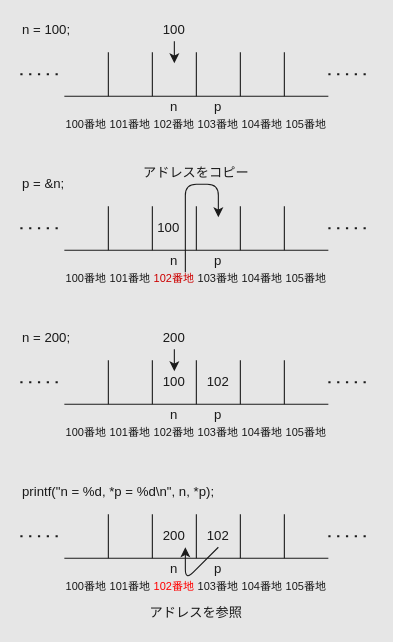
This is page "ref" (2 of 4) of src/pointer/index.drawio from tuatmcc/ClangWorkShop, a draw.io file, before an edit. Source tidied: cells renumbered, new cells numbered last; positions are measured from the earlier drawing's top-left corner, leaving out a move shared by most shapes. Both pictures are drawn from the tidied source at 110%, with x=0, y=0 at pixel (20, 19).
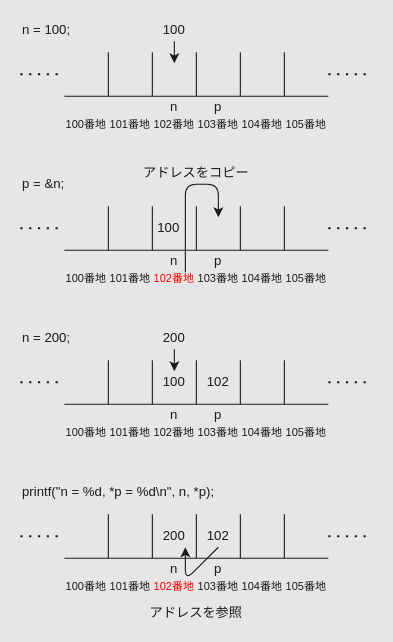
The same page after the edit.

Change to the diagram source:
```diff
@@
-    <mxCell id="64" value="&lt;font color=&quot;#cc0000&quot; style=&quot;font-size: 10px;&quot;&gt;102番地&lt;/font&gt;" style="text;html=1;strokeColor=none;fillColor=none;align=center;verticalAlign=middle;whiteSpace=wrap;rounded=0;fontColor=#1A1A1A;" parent="1" vertex="1">
+    <mxCell id="64" value="&lt;font style=&quot;font-size: 10px;&quot;&gt;102番地&lt;/font&gt;" style="text;html=1;strokeColor=none;fillColor=none;align=center;verticalAlign=middle;whiteSpace=wrap;rounded=0;fontColor=#FF0000;" parent="1" vertex="1">
       <mxGeometry x="120" y="230" width="40" height="10" as="geometry" />
     </mxCell>
```
